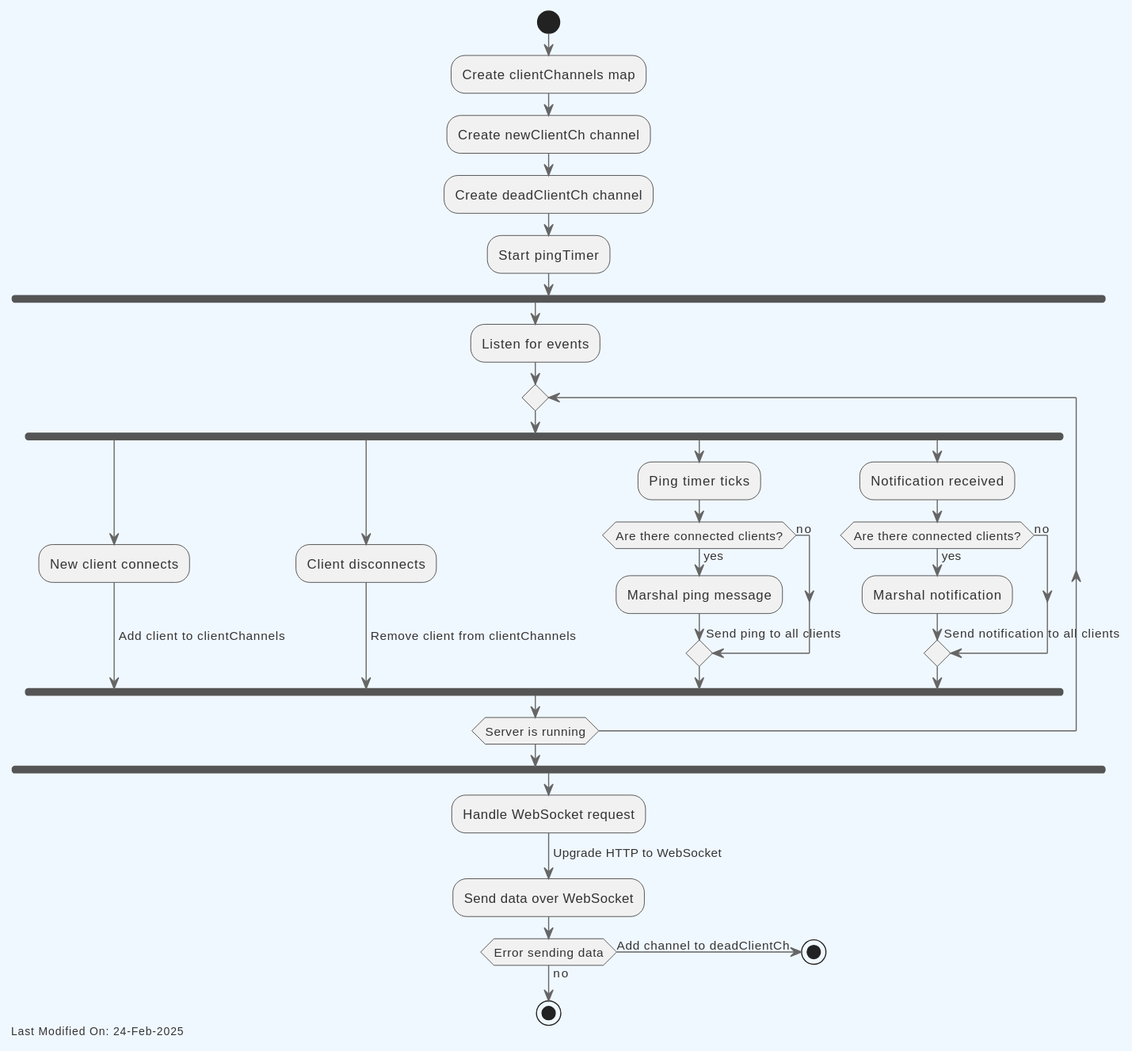
Before: topics/services/img/plantuml/p2p/p2p_websocket_activity_diagram.svg, a diagram exported from PlantUML (icellan/teranode). Its source is kept beside it as topics/services/img/plantuml/p2p/p2p_websocket_activity_diagram.puml.
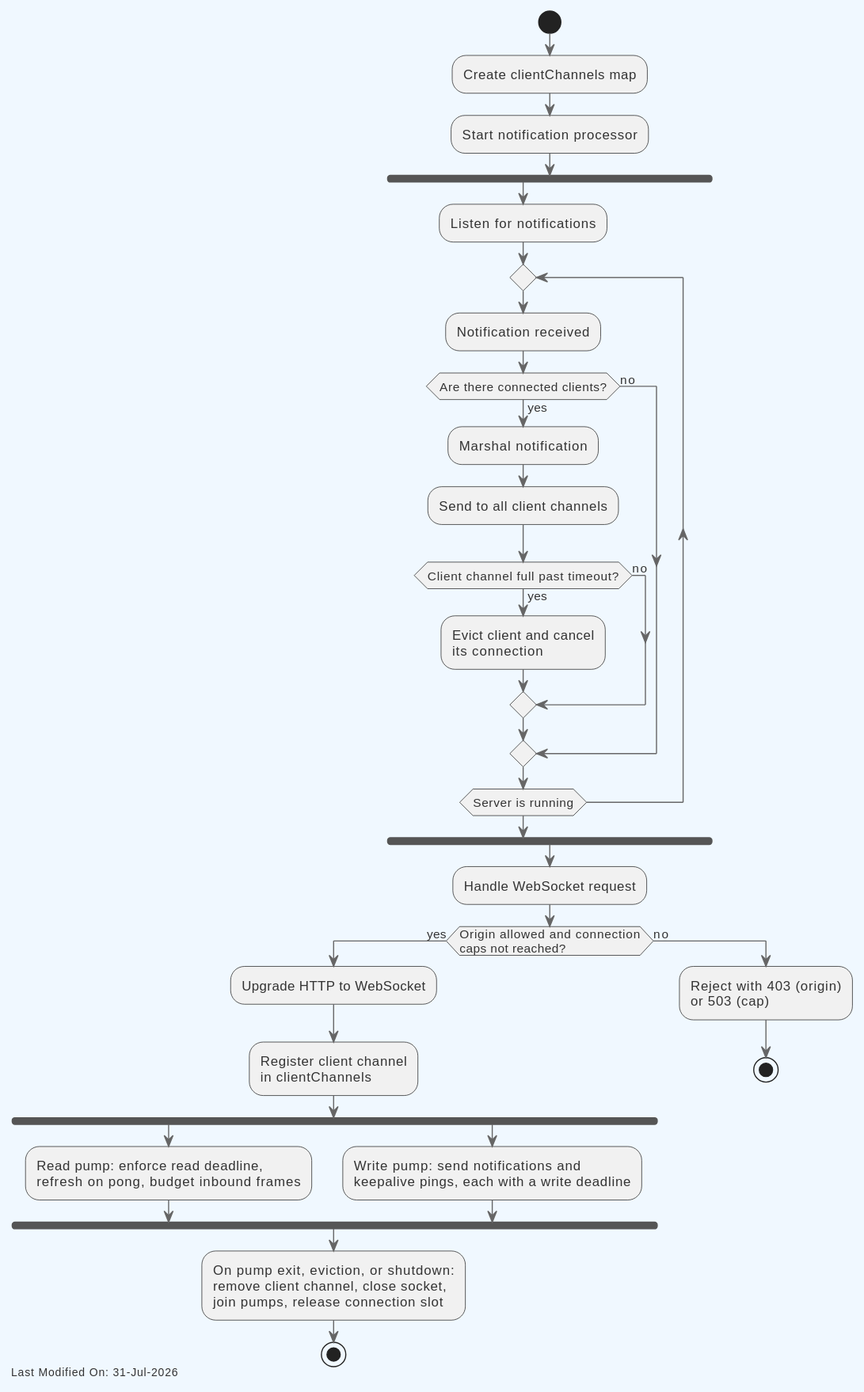
The same diagram one commit later.

What changed in the source:
```diff
@@ -23,47 +23,41 @@
 
 start
 :Create clientChannels map;
-:Create newClientCh channel;
-:Create deadClientCh channel;
-:Start pingTimer;
+:Start notification processor;
 
 fork
-    :Listen for events;
+    :Listen for notifications;
     repeat
-        fork
-            :New client connects;
-            ->Add client to clientChannels;
-        fork again
-            :Client disconnects;
-            ->Remove client from clientChannels;
-        fork again
-            :Ping timer ticks;
-            if (Are there connected clients?) then (yes)
-                :Marshal ping message;
-                ->Send ping to all clients;
+        :Notification received;
+        if (Are there connected clients?) then (yes)
+            :Marshal notification;
+            :Send to all client channels;
+            if (Client channel full past timeout?) then (yes)
+                :Evict client and cancel\nits connection;
             else (no)
             endif
-        fork again
-            :Notification received;
-            if (Are there connected clients?) then (yes)
-                :Marshal notification;
-                ->Send notification to all clients;
-            else (no)
-            endif
-        end fork
+        else (no)
+        endif
     repeat while (Server is running)
 end fork
 
 :Handle WebSocket request;
-->Upgrade HTTP to WebSocket;
-:Send data over WebSocket;
-if (Error sending data) then (yes)
-    ->Add channel to deadClientCh;
+if (Origin allowed and connection\ncaps not reached?) then (yes)
+    :Upgrade HTTP to WebSocket;
+    :Register client channel\nin clientChannels;
+    fork
+        :Read pump: enforce read deadline,\nrefresh on pong, budget inbound frames;
+    fork again
+        :Write pump: send notifications and\nkeepalive pings, each with a write deadline;
+    end fork
+    :On pump exit, eviction, or shutdown:
+    remove client channel, close socket,
+    join pumps, release connection slot;
     stop
 else (no)
+    :Reject with 403 (origin)\nor 503 (cap);
+    stop
 endif
-
-stop
 
 left footer Last Modified On: %date("dd-MMM-yyyy")
 
```
